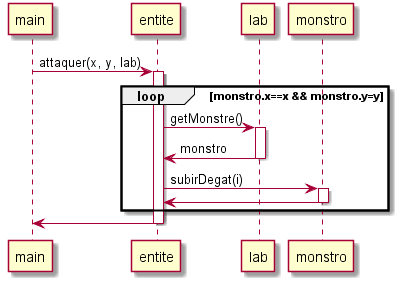
Before: documents/version_3.0/attaquer.png, a diagram exported from PlantUML (NunzioArdi/2019_coo_zeldiablo).
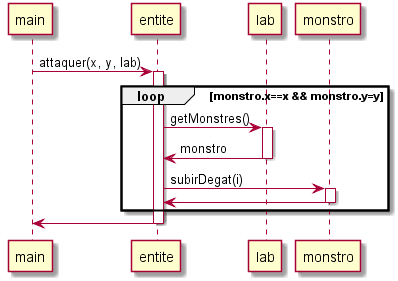
The same file after the commit.

Commit message:
maj diagramme

Diff of the diagram source:
```diff
@@ -3,7 +3,7 @@
 main -> entite : attaquer(x, y, lab)
 activate entite
 loop monstro.x==x && monstro.y=y
-entite -> lab : getMonstre()
+entite -> lab : getMonstres()
 activate lab
 entite <- lab : monstro
 deactivate lab
```
